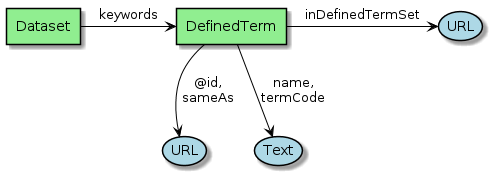
The PlantUML diagram series/diagrams/DefinedTerm.png in eovoc/eo-on-schema.org, before a commit.
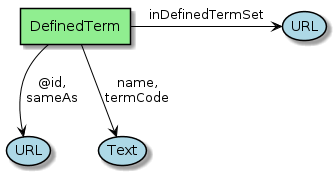
After the change.

Diff of the diagram source:
```diff
@@ -15,10 +15,8 @@
 linetype Ortho
 }
 
-agent Dataset
 agent DefinedTerm
 
-Dataset -right-> DefinedTerm : "keywords"
 
 
 DefinedTerm --> (URL) : "@id,\nsameAs"
```
